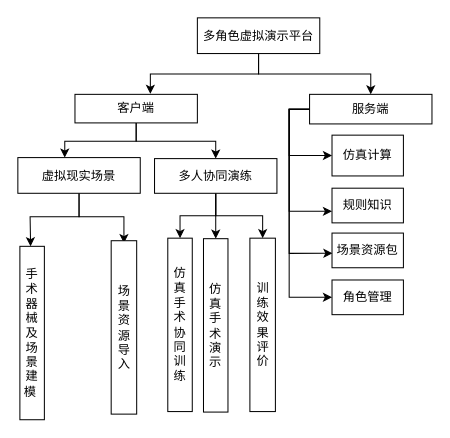
Earlier version of the draw.io diagram 未命名绘图.drawio (UNANSWANG/Draw.io--). Source tidied: cells renumbered, new cells numbered last; positions are measured from the earlier drawing's top-left corner, leaving out a move shared by most shapes. Both pictures are drawn from the tidied source at 102%, with x=0, y=0 at pixel (-55, 17).
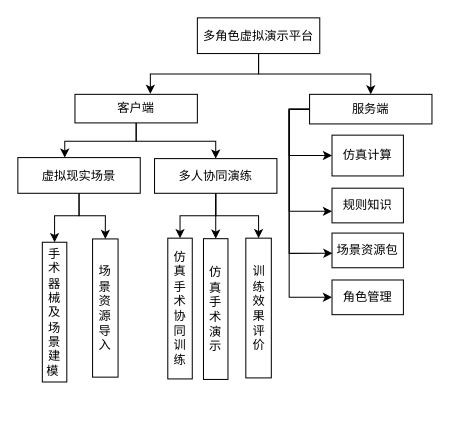
The same page after the edit.

Commit message:
更新未命名绘图.drawio

The change refers to these unchanged cells:
```xml
<mxCell id="23" value="虚拟现实场景" style="rounded=0;whiteSpace=wrap;html=1;" parent="1" vertex="1">
  <mxGeometry x="71" y="137" width="120" height="35" as="geometry" />
</mxCell>
```

What changed in the source:
```diff
@@
-    <mxCell id="21" style="edgeStyle=orthogonalEdgeStyle;rounded=0;jettySize=auto;html=1;" parent="1" edge="1" source="23">
-      <mxGeometry relative="1" as="geometry">
-        <mxPoint x="175" y="221" as="targetPoint" />
-        <Array as="points">
-          <mxPoint x="131" y="195" />
-          <mxPoint x="175" y="195" />
-        </Array>
-      </mxGeometry>
-    </mxCell>
-    <mxCell id="22" style="edgeStyle=orthogonalEdgeStyle;rounded=0;jettySize=auto;html=1;" parent="1" edge="1" source="23" target="24">
+    <mxCell id="22" style="edgeStyle=orthogonalEdgeStyle;rounded=0;jettySize=auto;html=1;entryX=0;entryY=0.5;entryDx=0;entryDy=0;" parent="1" edge="1" source="23" target="24">
       <mxGeometry relative="1" as="geometry">
         <Array as="points">
-          <mxPoint x="131" y="195" />
-          <mxPoint x="83" y="195" />
+          <mxPoint x="131" y="194" />
+          <mxPoint x="107" y="194" />
         </Array>
       </mxGeometry>
     </mxCell>
+    <mxCell id="29" style="edgeStyle=orthogonalEdgeStyle;rounded=0;jettySize=auto;html=1;entryX=0;entryY=0.5;entryDx=0;entryDy=0;" parent="1" edge="1" source="23" target="25">
+      <mxGeometry relative="1" as="geometry">
+        <Array as="points">
+          <mxPoint x="131" y="194" />
+          <mxPoint x="157" y="194" />
+        </Array>
+      </mxGeometry>
+    </mxCell>
@@
     <mxCell id="24" value="手术器械及场景建模&amp;nbsp;" style="rounded=0;whiteSpace=wrap;html=1;horizontal=0;rotation=90;" parent="1" vertex="1">
-      <mxGeometry y="297" width="170" height="24" as="geometry" />
+      <mxGeometry x="38.5" y="276.5" width="137" height="24" as="geometry" />
     </mxCell>
     <mxCell id="25" value="场景资源导入" style="rounded=0;whiteSpace=wrap;html=1;horizontal=0;rotation=90;" parent="1" vertex="1">
-      <mxGeometry x="90" y="291" width="170" height="25" as="geometry" />
+      <mxGeometry x="89" y="272" width="135.5" height="25" as="geometry" />
     </mxCell>
     <mxCell id="26" value="仿真手术演示" style="rounded=0;whiteSpace=wrap;html=1;horizontal=0;rotation=90;" parent="1" vertex="1">
-      <mxGeometry x="180" y="289.5" width="170" height="24" as="geometry" />
+      <mxGeometry x="196" y="273.5" width="138" height="24" as="geometry" />
     </mxCell>
     <mxCell id="27" value="仿真手术协同训练" style="rounded=0;whiteSpace=wrap;html=1;horizontal=0;rotation=90;" parent="1" vertex="1">
-      <mxGeometry x="145" y="289" width="170" height="24" as="geometry" />
+      <mxGeometry x="161" y="273" width="138" height="24" as="geometry" />
     </mxCell>
     <mxCell id="28" value="训练效果评价" style="rounded=0;whiteSpace=wrap;html=1;horizontal=0;rotation=90;" parent="1" vertex="1">
-      <mxGeometry x="226" y="288.5" width="170" height="25" as="geometry" />
+      <mxGeometry x="238.5" y="272" width="137" height="25" as="geometry" />
     </mxCell>
```
